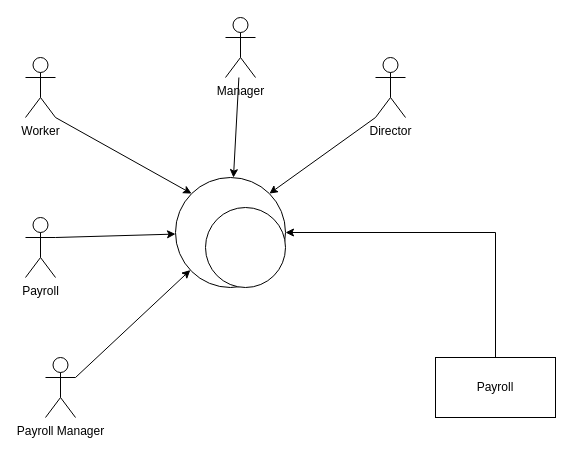
This is Untitled Diagram.drawio from shahartamari/shifts, a draw.io file, before an edit. Source tidied: cells renumbered, new cells numbered last; positions are measured from the earlier drawing's top-left corner, leaving out a move shared by most shapes. Both pictures are drawn from the tidied source at 100%, with x=0, y=0 at pixel (25, 17).
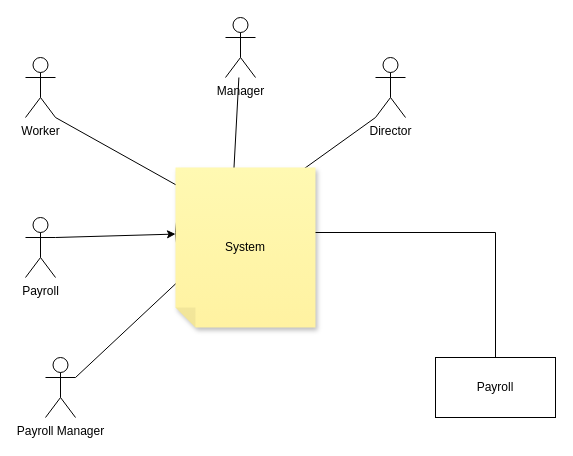
The same page after the edit.

What changed in the source:
```diff
@@
 <mxGraphModel>
   <root>
     <mxCell id="0" />
     <mxCell id="1" parent="0" />
     <mxCell id="2" value="System" style="ellipse;whiteSpace=wrap;html=1;" parent="1" vertex="1">
       <mxGeometry x="150" y="160" width="110" height="110" as="geometry" />
     </mxCell>
     <mxCell id="3" style="rounded=0;jettySize=auto;html=1;exitX=1;exitY=1;exitDx=0;exitDy=0;exitPerimeter=0;entryX=0;entryY=0;entryDx=0;entryDy=0;" parent="1" edge="1" source="4" target="2">
       <mxGeometry relative="1" as="geometry" />
     </mxCell>
     <mxCell id="4" value="Worker" style="shape=umlActor;verticalLabelPosition=bottom;verticalAlign=top;html=1;outlineConnect=0;" parent="1" vertex="1">
       <mxGeometry y="40" width="30" height="60" as="geometry" />
     </mxCell>
     <mxCell id="5" style="rounded=0;jettySize=auto;html=1;exitX=1;exitY=0.3333333333333333;exitDx=0;exitDy=0;exitPerimeter=0;" parent="1" edge="1" source="6" target="2">
       <mxGeometry relative="1" as="geometry" />
     </mxCell>
     <mxCell id="6" value="Payroll" style="shape=umlActor;verticalLabelPosition=bottom;verticalAlign=top;html=1;outlineConnect=0;" parent="1" vertex="1">
       <mxGeometry y="200" width="30" height="60" as="geometry" />
     </mxCell>
     <mxCell id="7" style="rounded=0;jettySize=auto;html=1;" parent="1" edge="1" source="8" target="2">
       <mxGeometry relative="1" as="geometry" />
     </mxCell>
     <mxCell id="8" value="Manager" style="shape=umlActor;verticalLabelPosition=bottom;verticalAlign=top;html=1;outlineConnect=0;" parent="1" vertex="1">
       <mxGeometry x="200" width="30" height="60" as="geometry" />
     </mxCell>
     <mxCell id="9" style="rounded=0;jettySize=auto;html=1;exitX=0;exitY=1;exitDx=0;exitDy=0;exitPerimeter=0;entryX=1;entryY=0;entryDx=0;entryDy=0;" parent="1" edge="1" source="10" target="2">
       <mxGeometry relative="1" as="geometry" />
     </mxCell>
     <mxCell id="10" value="Director" style="shape=umlActor;verticalLabelPosition=bottom;verticalAlign=top;html=1;outlineConnect=0;" parent="1" vertex="1">
       <mxGeometry x="350" y="40" width="30" height="60" as="geometry" />
     </mxCell>
     <mxCell id="11" style="rounded=0;jettySize=auto;html=1;exitX=1;exitY=0.3333333333333333;exitDx=0;exitDy=0;exitPerimeter=0;" parent="1" edge="1" source="12" target="2">
       <mxGeometry relative="1" as="geometry" />
     </mxCell>
     <mxCell id="12" value="Payroll Manager" style="shape=umlActor;verticalLabelPosition=bottom;verticalAlign=top;html=1;outlineConnect=0;" parent="1" vertex="1">
       <mxGeometry x="20" y="340" width="30" height="60" as="geometry" />
     </mxCell>
     <mxCell id="13" style="edgeStyle=orthogonalEdgeStyle;rounded=0;jettySize=auto;html=1;exitX=0.5;exitY=0;exitDx=0;exitDy=0;entryX=1;entryY=0.5;entryDx=0;entryDy=0;" parent="1" edge="1" source="14" target="2">
       <mxGeometry relative="1" as="geometry" />
     </mxCell>
     <mxCell id="14" value="Payroll" style="rounded=0;whiteSpace=wrap;html=1;" parent="1" vertex="1">
       <mxGeometry x="410" y="340" width="120" height="60" as="geometry" />
     </mxCell>
-    <mxCell id="15" style="ellipse;whiteSpace=wrap;html=1;" parent="1" vertex="1">
-      <mxGeometry x="180" y="190" width="80" height="80" as="geometry" />
-    </mxCell>
+    <mxCell id="16" value="System" style="shape=note;whiteSpace=wrap;html=1;backgroundOutline=1;fontColor=#000000;darkOpacity=0.05;fillColor=#FFF9B2;strokeColor=none;fillStyle=solid;direction=west;gradientDirection=north;gradientColor=#FFF2A1;shadow=1;size=20;" parent="1" vertex="1">
+      <mxGeometry x="150" y="150" width="140" height="160" as="geometry" />
+    </mxCell>
   </root>
 </mxGraphModel>
```
